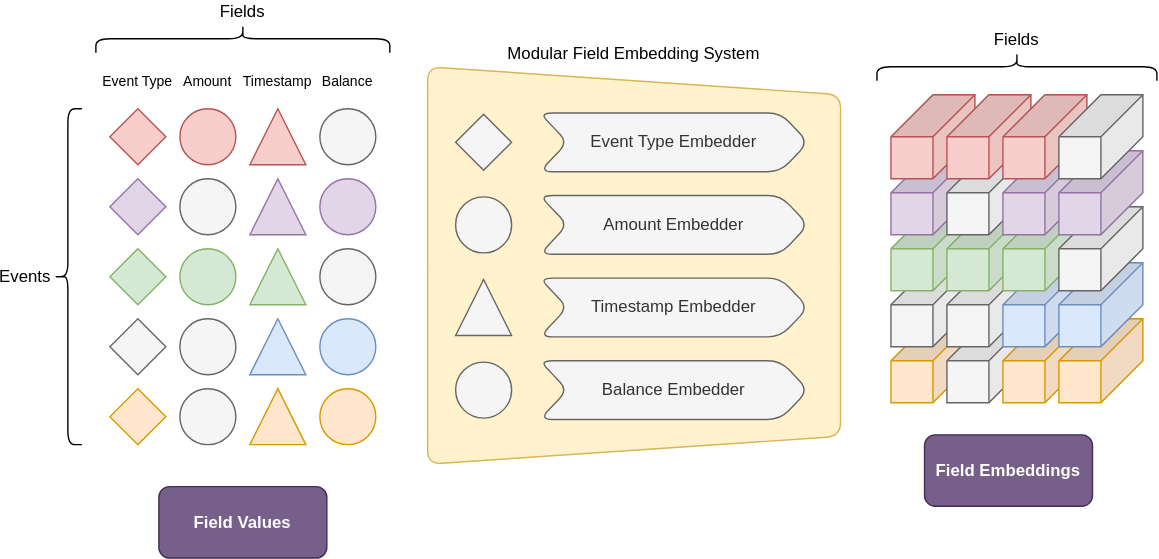
granthamtaylor/windmark keeps this draw.io diagram as docs/diagrams/mfes.drawio.svg. Above is the earlier version. Source tidied: cells renumbered, new cells last; positions are measured from the earlier drawing's top-left corner, leaving out a move shared by most shapes. Source of this version:
```xml
<mxGraphModel>
  <root>
    <mxCell id="0" />
    <mxCell id="1" parent="0" />
    <mxCell id="2" style="shape=cube;whiteSpace=wrap;html=1;boundedLbl=1;backgroundOutline=1;darkOpacity=0.05;darkOpacity2=0.1;rounded=1;rotation=90;size=30;fillColor=#ffe6cc;strokeColor=#d79b00;" parent="1" vertex="1">
      <mxGeometry x="598" y="210" width="60" height="60" as="geometry" />
    </mxCell>
    <mxCell id="3" style="shape=cube;whiteSpace=wrap;html=1;boundedLbl=1;backgroundOutline=1;darkOpacity=0.05;darkOpacity2=0.1;rounded=1;rotation=90;size=30;fillColor=#f5f5f5;strokeColor=#666666;fontColor=#333333;" parent="1" vertex="1">
      <mxGeometry x="638" y="210" width="60" height="60" as="geometry" />
    </mxCell>
    <mxCell id="4" style="shape=cube;whiteSpace=wrap;html=1;boundedLbl=1;backgroundOutline=1;darkOpacity=0.05;darkOpacity2=0.1;rounded=1;rotation=90;size=30;fillColor=#ffe6cc;strokeColor=#d79b00;" parent="1" vertex="1">
      <mxGeometry x="678" y="210" width="60" height="60" as="geometry" />
    </mxCell>
    <mxCell id="5" style="shape=cube;whiteSpace=wrap;html=1;boundedLbl=1;backgroundOutline=1;darkOpacity=0.05;darkOpacity2=0.1;rounded=1;rotation=90;size=30;fillColor=#ffe6cc;strokeColor=#d79b00;" parent="1" vertex="1">
      <mxGeometry x="718" y="210" width="60" height="60" as="geometry" />
    </mxCell>
    <mxCell id="6" style="shape=cube;whiteSpace=wrap;html=1;boundedLbl=1;backgroundOutline=1;darkOpacity=0.05;darkOpacity2=0.1;rounded=1;rotation=90;size=30;fillColor=#f5f5f5;strokeColor=#666666;fontColor=#333333;" parent="1" vertex="1">
      <mxGeometry x="598" y="170" width="60" height="60" as="geometry" />
    </mxCell>
    <mxCell id="7" style="shape=cube;whiteSpace=wrap;html=1;boundedLbl=1;backgroundOutline=1;darkOpacity=0.05;darkOpacity2=0.1;rounded=1;rotation=90;size=30;fillColor=#f5f5f5;strokeColor=#666666;fontColor=#333333;" parent="1" vertex="1">
      <mxGeometry x="638" y="170" width="60" height="60" as="geometry" />
    </mxCell>
    <mxCell id="8" style="shape=cube;whiteSpace=wrap;html=1;boundedLbl=1;backgroundOutline=1;darkOpacity=0.05;darkOpacity2=0.1;rounded=1;rotation=90;size=30;fillColor=#dae8fc;strokeColor=#6c8ebf;" parent="1" vertex="1">
      <mxGeometry x="678" y="170" width="60" height="60" as="geometry" />
    </mxCell>
    <mxCell id="9" style="shape=cube;whiteSpace=wrap;html=1;boundedLbl=1;backgroundOutline=1;darkOpacity=0.05;darkOpacity2=0.1;rounded=1;rotation=90;size=30;fillColor=#dae8fc;strokeColor=#6c8ebf;" parent="1" vertex="1">
      <mxGeometry x="718" y="170" width="60" height="60" as="geometry" />
    </mxCell>
    <mxCell id="10" style="shape=cube;whiteSpace=wrap;html=1;boundedLbl=1;backgroundOutline=1;darkOpacity=0.05;darkOpacity2=0.1;rounded=1;rotation=90;size=30;fillColor=#d5e8d4;strokeColor=#82b366;" parent="1" vertex="1">
      <mxGeometry x="598" y="130" width="60" height="60" as="geometry" />
    </mxCell>
    <mxCell id="11" style="shape=cube;whiteSpace=wrap;html=1;boundedLbl=1;backgroundOutline=1;darkOpacity=0.05;darkOpacity2=0.1;rounded=1;rotation=90;size=30;fillColor=#d5e8d4;strokeColor=#82b366;" parent="1" vertex="1">
      <mxGeometry x="638" y="130" width="60" height="60" as="geometry" />
    </mxCell>
    <mxCell id="12" style="shape=cube;whiteSpace=wrap;html=1;boundedLbl=1;backgroundOutline=1;darkOpacity=0.05;darkOpacity2=0.1;rounded=1;rotation=90;size=30;fillColor=#d5e8d4;strokeColor=#82b366;" parent="1" vertex="1">
      <mxGeometry x="678" y="130" width="60" height="60" as="geometry" />
    </mxCell>
    <mxCell id="13" style="shape=cube;whiteSpace=wrap;html=1;boundedLbl=1;backgroundOutline=1;darkOpacity=0.05;darkOpacity2=0.1;rounded=1;rotation=90;size=30;fillColor=#f5f5f5;strokeColor=#666666;fontColor=#333333;" parent="1" vertex="1">
      <mxGeometry x="718" y="130" width="60" height="60" as="geometry" />
    </mxCell>
    <mxCell id="14" style="shape=cube;whiteSpace=wrap;html=1;boundedLbl=1;backgroundOutline=1;darkOpacity=0.05;darkOpacity2=0.1;rounded=1;rotation=90;size=30;fillColor=#e1d5e7;strokeColor=#9673a6;" parent="1" vertex="1">
      <mxGeometry x="598" y="90" width="60" height="60" as="geometry" />
    </mxCell>
    <mxCell id="15" style="shape=cube;whiteSpace=wrap;html=1;boundedLbl=1;backgroundOutline=1;darkOpacity=0.05;darkOpacity2=0.1;rounded=1;rotation=90;size=30;fillColor=#f5f5f5;strokeColor=#666666;fontColor=#333333;" parent="1" vertex="1">
      <mxGeometry x="638" y="90" width="60" height="60" as="geometry" />
    </mxCell>
    <mxCell id="16" style="shape=cube;whiteSpace=wrap;html=1;boundedLbl=1;backgroundOutline=1;darkOpacity=0.05;darkOpacity2=0.1;rounded=1;rotation=90;size=30;fillColor=#e1d5e7;strokeColor=#9673a6;" parent="1" vertex="1">
      <mxGeometry x="678" y="90" width="60" height="60" as="geometry" />
    </mxCell>
    <mxCell id="17" style="shape=cube;whiteSpace=wrap;html=1;boundedLbl=1;backgroundOutline=1;darkOpacity=0.05;darkOpacity2=0.1;rounded=1;rotation=90;size=30;fillColor=#e1d5e7;strokeColor=#9673a6;" parent="1" vertex="1">
      <mxGeometry x="718" y="90" width="60" height="60" as="geometry" />
    </mxCell>
    <mxCell id="18" style="rhombus;whiteSpace=wrap;html=1;fillColor=#ffe6cc;strokeColor=#d79b00;" parent="1" vertex="1">
      <mxGeometry x="40" y="260" width="40" height="40" as="geometry" />
    </mxCell>
    <mxCell id="19" style="ellipse;whiteSpace=wrap;html=1;fillColor=#ffe6cc;strokeColor=#d79b00;" parent="1" vertex="1">
      <mxGeometry x="190" y="260" width="40" height="40" as="geometry" />
    </mxCell>
    <mxCell id="20" style="triangle;whiteSpace=wrap;html=1;rotation=-90;fillColor=#ffe6cc;strokeColor=#d79b00;" parent="1" vertex="1">
      <mxGeometry x="140" y="260" width="40" height="40" as="geometry" />
    </mxCell>
    <mxCell id="21" style="ellipse;whiteSpace=wrap;html=1;fillColor=#f5f5f5;strokeColor=#666666;fontColor=#333333;" parent="1" vertex="1">
      <mxGeometry x="90" y="260" width="40" height="40" as="geometry" />
    </mxCell>
    <mxCell id="22" value="Modular Field Embedding System" style="shape=trapezoid;perimeter=trapezoidPerimeter;whiteSpace=wrap;html=1;fixedSize=1;rounded=1;flipH=0;flipV=1;fillColor=#fff2cc;strokeColor=#d6b656;rotation=0;direction=south;labelPosition=center;verticalLabelPosition=top;align=center;verticalAlign=bottom;" parent="1" vertex="1">
      <mxGeometry x="267" y="30" width="295" height="284" as="geometry" />
    </mxCell>
    <mxCell id="23" style="rhombus;whiteSpace=wrap;html=1;fillColor=#f5f5f5;strokeColor=#666666;fontColor=#333333;" parent="1" vertex="1">
      <mxGeometry x="40" y="210" width="40" height="40" as="geometry" />
    </mxCell>
    <mxCell id="24" style="ellipse;whiteSpace=wrap;html=1;fillColor=#dae8fc;strokeColor=#6c8ebf;" parent="1" vertex="1">
      <mxGeometry x="190" y="210" width="40" height="40" as="geometry" />
    </mxCell>
    <mxCell id="25" style="triangle;whiteSpace=wrap;html=1;rotation=-90;fillColor=#dae8fc;strokeColor=#6c8ebf;" parent="1" vertex="1">
      <mxGeometry x="140" y="210" width="40" height="40" as="geometry" />
    </mxCell>
    <mxCell id="26" style="ellipse;whiteSpace=wrap;html=1;fillColor=#f5f5f5;strokeColor=#666666;fontColor=#333333;" parent="1" vertex="1">
      <mxGeometry x="90" y="210" width="40" height="40" as="geometry" />
    </mxCell>
    <mxCell id="27" style="rhombus;whiteSpace=wrap;html=1;fillColor=#d5e8d4;strokeColor=#82b366;" parent="1" vertex="1">
      <mxGeometry x="40" y="160" width="40" height="40" as="geometry" />
    </mxCell>
    <mxCell id="28" style="ellipse;whiteSpace=wrap;html=1;fillColor=#f5f5f5;strokeColor=#666666;fontColor=#333333;" parent="1" vertex="1">
      <mxGeometry x="190" y="160" width="40" height="40" as="geometry" />
    </mxCell>
    <mxCell id="29" style="triangle;whiteSpace=wrap;html=1;rotation=-90;fillColor=#d5e8d4;strokeColor=#82b366;" parent="1" vertex="1">
      <mxGeometry x="140" y="160" width="40" height="40" as="geometry" />
    </mxCell>
    <mxCell id="30" style="ellipse;whiteSpace=wrap;html=1;fillColor=#d5e8d4;strokeColor=#82b366;" parent="1" vertex="1">
      <mxGeometry x="90" y="160" width="40" height="40" as="geometry" />
    </mxCell>
    <mxCell id="31" style="rhombus;whiteSpace=wrap;html=1;fillColor=#e1d5e7;strokeColor=#9673a6;" parent="1" vertex="1">
      <mxGeometry x="40" y="110" width="40" height="40" as="geometry" />
    </mxCell>
    <mxCell id="32" style="ellipse;whiteSpace=wrap;html=1;fillColor=#e1d5e7;strokeColor=#9673a6;" parent="1" vertex="1">
      <mxGeometry x="190" y="110" width="40" height="40" as="geometry" />
    </mxCell>
    <mxCell id="33" style="triangle;whiteSpace=wrap;html=1;rotation=-90;fillColor=#e1d5e7;strokeColor=#9673a6;" parent="1" vertex="1">
      <mxGeometry x="140" y="110" width="40" height="40" as="geometry" />
    </mxCell>
    <mxCell id="34" style="ellipse;whiteSpace=wrap;html=1;fillColor=#f5f5f5;strokeColor=#666666;fontColor=#333333;" parent="1" vertex="1">
      <mxGeometry x="90" y="110" width="40" height="40" as="geometry" />
    </mxCell>
    <mxCell id="35" style="rhombus;whiteSpace=wrap;html=1;fillColor=#f8cecc;strokeColor=#b85450;" parent="1" vertex="1">
      <mxGeometry x="40" y="60" width="40" height="40" as="geometry" />
    </mxCell>
    <mxCell id="36" style="ellipse;whiteSpace=wrap;html=1;fillColor=#f5f5f5;strokeColor=#666666;fontColor=#333333;" parent="1" vertex="1">
      <mxGeometry x="190" y="60" width="40" height="40" as="geometry" />
    </mxCell>
    <mxCell id="37" style="triangle;whiteSpace=wrap;html=1;rotation=-90;fillColor=#f8cecc;strokeColor=#b85450;" parent="1" vertex="1">
      <mxGeometry x="140" y="60" width="40" height="40" as="geometry" />
    </mxCell>
    <mxCell id="38" style="ellipse;whiteSpace=wrap;html=1;fillColor=#f8cecc;strokeColor=#b85450;" parent="1" vertex="1">
      <mxGeometry x="90" y="60" width="40" height="40" as="geometry" />
    </mxCell>
    <mxCell id="39" style="shape=cube;whiteSpace=wrap;html=1;boundedLbl=1;backgroundOutline=1;darkOpacity=0.05;darkOpacity2=0.1;rounded=1;rotation=90;size=30;fillColor=#f8cecc;strokeColor=#b85450;" parent="1" vertex="1">
      <mxGeometry x="598" y="50" width="60" height="60" as="geometry" />
    </mxCell>
    <mxCell id="40" style="shape=cube;whiteSpace=wrap;html=1;boundedLbl=1;backgroundOutline=1;darkOpacity=0.05;darkOpacity2=0.1;rounded=1;rotation=90;size=30;fillColor=#f8cecc;strokeColor=#b85450;" parent="1" vertex="1">
      <mxGeometry x="638" y="50" width="60" height="60" as="geometry" />
    </mxCell>
    <mxCell id="41" style="shape=cube;whiteSpace=wrap;html=1;boundedLbl=1;backgroundOutline=1;darkOpacity=0.05;darkOpacity2=0.1;rounded=1;rotation=90;size=30;fillColor=#f8cecc;strokeColor=#b85450;" parent="1" vertex="1">
      <mxGeometry x="678" y="50" width="60" height="60" as="geometry" />
    </mxCell>
    <mxCell id="42" style="shape=cube;whiteSpace=wrap;html=1;boundedLbl=1;backgroundOutline=1;darkOpacity=0.05;darkOpacity2=0.1;rounded=1;rotation=90;size=30;fillColor=#f5f5f5;strokeColor=#666666;fontColor=#333333;" parent="1" vertex="1">
      <mxGeometry x="718" y="50" width="60" height="60" as="geometry" />
    </mxCell>
    <mxCell id="43" value="Events" style="shape=curlyBracket;whiteSpace=wrap;html=1;rounded=1;flipH=0;labelPosition=left;verticalLabelPosition=middle;align=right;verticalAlign=middle;" parent="1" vertex="1">
      <mxGeometry y="60" width="20" height="240" as="geometry" />
    </mxCell>
    <mxCell id="44" value="Fields" style="shape=curlyBracket;whiteSpace=wrap;html=1;rounded=1;flipH=1;labelPosition=center;verticalLabelPosition=top;align=center;verticalAlign=bottom;direction=south;" parent="1" vertex="1">
      <mxGeometry x="30" width="210" height="20" as="geometry" />
    </mxCell>
    <mxCell id="45" value="Event Type" style="text;strokeColor=none;align=center;fillColor=none;html=1;verticalAlign=middle;whiteSpace=wrap;rounded=0;rotation=0;fontSize=10;" parent="1" vertex="1">
      <mxGeometry x="25" y="30" width="70" height="20" as="geometry" />
    </mxCell>
    <mxCell id="46" value="Amount" style="text;strokeColor=none;align=center;fillColor=none;html=1;verticalAlign=middle;whiteSpace=wrap;rounded=0;rotation=0;fontSize=10;" parent="1" vertex="1">
      <mxGeometry x="75" y="30" width="70" height="20" as="geometry" />
    </mxCell>
    <mxCell id="47" value="Timestamp" style="text;strokeColor=none;align=center;fillColor=none;html=1;verticalAlign=middle;whiteSpace=wrap;rounded=0;rotation=0;fontSize=10;" parent="1" vertex="1">
      <mxGeometry x="125" y="30" width="70" height="20" as="geometry" />
    </mxCell>
    <mxCell id="48" value="Balance" style="text;strokeColor=none;align=center;fillColor=none;html=1;verticalAlign=middle;whiteSpace=wrap;rounded=0;rotation=0;fontSize=10;" parent="1" vertex="1">
      <mxGeometry x="175" y="30" width="70" height="20" as="geometry" />
    </mxCell>
    <mxCell id="49" value="Fields" style="shape=curlyBracket;whiteSpace=wrap;html=1;rounded=1;flipH=1;labelPosition=center;verticalLabelPosition=top;align=center;verticalAlign=bottom;direction=south;" parent="1" vertex="1">
      <mxGeometry x="588" y="20" width="200" height="20" as="geometry" />
    </mxCell>
    <mxCell id="50" value="Field Embeddings" style="whiteSpace=wrap;html=1;fontStyle=1;rounded=1;fillColor=#76608a;fontColor=#ffffff;strokeColor=#432D57;" parent="1" vertex="1">
      <mxGeometry x="622" y="293" width="120" height="51" as="geometry" />
    </mxCell>
    <mxCell id="51" value="Field Values" style="whiteSpace=wrap;html=1;fontStyle=1;rounded=1;fillColor=#76608a;fontColor=#ffffff;strokeColor=#432D57;" parent="1" vertex="1">
      <mxGeometry x="75" y="330" width="120" height="51" as="geometry" />
    </mxCell>
    <mxCell id="52" style="rhombus;whiteSpace=wrap;html=1;fillColor=#f5f5f5;strokeColor=#666666;fontColor=#333333;" parent="1" vertex="1">
      <mxGeometry x="287" y="64" width="40" height="40" as="geometry" />
    </mxCell>
    <mxCell id="53" style="ellipse;whiteSpace=wrap;html=1;fillColor=#f5f5f5;strokeColor=#666666;fontColor=#333333;" parent="1" vertex="1">
      <mxGeometry x="287" y="241" width="40" height="40" as="geometry" />
    </mxCell>
    <mxCell id="54" style="triangle;whiteSpace=wrap;html=1;rotation=-90;fillColor=#f5f5f5;strokeColor=#666666;fontColor=#333333;" parent="1" vertex="1">
      <mxGeometry x="287" y="182" width="40" height="40" as="geometry" />
    </mxCell>
    <mxCell id="55" style="ellipse;whiteSpace=wrap;html=1;fillColor=#f5f5f5;strokeColor=#666666;fontColor=#333333;" parent="1" vertex="1">
      <mxGeometry x="287" y="123" width="40" height="40" as="geometry" />
    </mxCell>
    <mxCell id="56" value="Event Type Embedder" style="shape=step;perimeter=stepPerimeter;whiteSpace=wrap;html=1;fixedSize=1;strokeWidth=1;fillColor=#f5f5f5;strokeColor=#666666;rounded=1;arcSize=18;fontColor=#333333;" parent="1" vertex="1">
      <mxGeometry x="347" y="63" width="192" height="42" as="geometry" />
    </mxCell>
    <mxCell id="57" value="Amount Embedder" style="shape=step;perimeter=stepPerimeter;whiteSpace=wrap;html=1;fixedSize=1;strokeWidth=1;fillColor=#f5f5f5;strokeColor=#666666;rounded=1;arcSize=18;fontColor=#333333;" parent="1" vertex="1">
      <mxGeometry x="347" y="122" width="192" height="42" as="geometry" />
    </mxCell>
    <mxCell id="58" value="Timestamp Embedder" style="shape=step;perimeter=stepPerimeter;whiteSpace=wrap;html=1;fixedSize=1;strokeWidth=1;fillColor=#f5f5f5;strokeColor=#666666;rounded=1;arcSize=18;fontColor=#333333;" parent="1" vertex="1">
      <mxGeometry x="347" y="181" width="192" height="42" as="geometry" />
    </mxCell>
    <mxCell id="59" value="Balance Embedder" style="shape=step;perimeter=stepPerimeter;whiteSpace=wrap;html=1;fixedSize=1;strokeWidth=1;fillColor=#f5f5f5;strokeColor=#666666;rounded=1;arcSize=18;fontColor=#333333;" parent="1" vertex="1">
      <mxGeometry x="347" y="240" width="192" height="42" as="geometry" />
    </mxCell>
  </root>
</mxGraphModel>
```
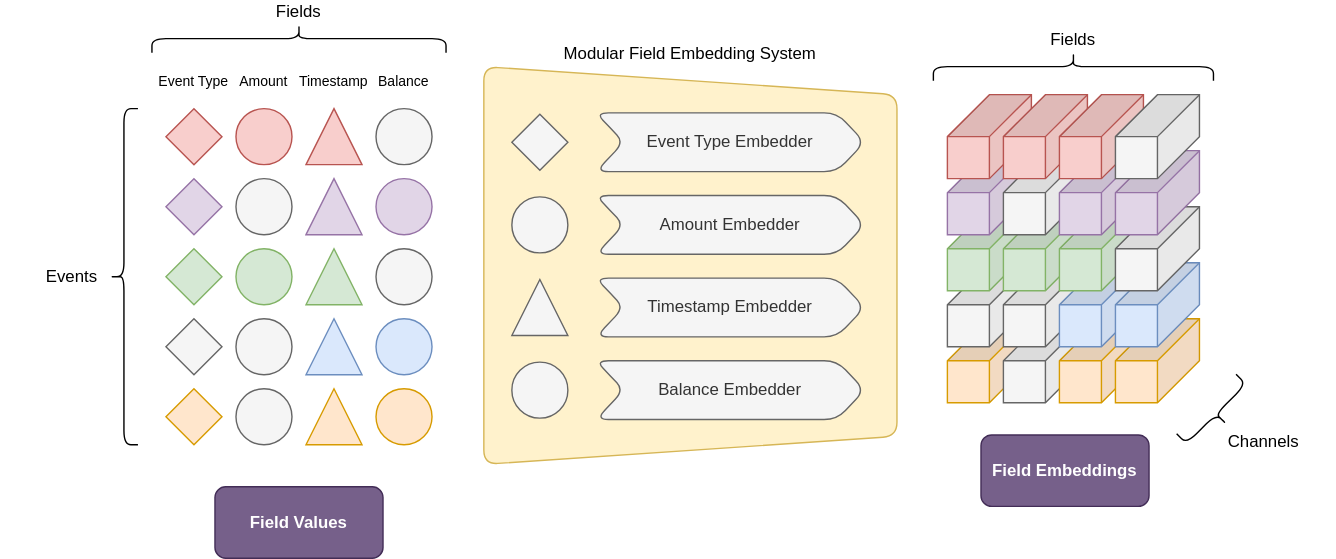
The same file after the commit.

The edit, as a diff of the source:
```diff
@@ -125,7 +125,7 @@
     <mxCell id="42" style="shape=cube;whiteSpace=wrap;html=1;boundedLbl=1;backgroundOutline=1;darkOpacity=0.05;darkOpacity2=0.1;rounded=1;rotation=90;size=30;fillColor=#f5f5f5;strokeColor=#666666;fontColor=#333333;" parent="1" vertex="1">
       <mxGeometry x="718" y="50" width="60" height="60" as="geometry" />
     </mxCell>
-    <mxCell id="43" value="Events" style="shape=curlyBracket;whiteSpace=wrap;html=1;rounded=1;flipH=0;labelPosition=left;verticalLabelPosition=middle;align=right;verticalAlign=middle;" parent="1" vertex="1">
+    <mxCell id="43" style="shape=curlyBracket;whiteSpace=wrap;html=1;rounded=1;flipH=0;labelPosition=left;verticalLabelPosition=middle;align=right;verticalAlign=middle;" parent="1" vertex="1">
       <mxGeometry y="60" width="20" height="240" as="geometry" />
     </mxCell>
     <mxCell id="44" value="Fields" style="shape=curlyBracket;whiteSpace=wrap;html=1;rounded=1;flipH=1;labelPosition=center;verticalLabelPosition=top;align=center;verticalAlign=bottom;direction=south;" parent="1" vertex="1">
@@ -176,5 +176,14 @@
     <mxCell id="59" value="Balance Embedder" style="shape=step;perimeter=stepPerimeter;whiteSpace=wrap;html=1;fixedSize=1;strokeWidth=1;fillColor=#f5f5f5;strokeColor=#666666;rounded=1;arcSize=18;fontColor=#333333;" parent="1" vertex="1">
       <mxGeometry x="347" y="240" width="192" height="42" as="geometry" />
     </mxCell>
+    <mxCell id="60" style="shape=curlyBracket;whiteSpace=wrap;html=1;rounded=1;flipH=0;labelPosition=right;verticalLabelPosition=middle;align=left;verticalAlign=middle;direction=west;rotation=45;" parent="1" vertex="1">
+      <mxGeometry x="780" y="248" width="20" height="60" as="geometry" />
+    </mxCell>
+    <mxCell id="61" value="Events" style="text;strokeColor=none;align=center;fillColor=none;html=1;verticalAlign=middle;whiteSpace=wrap;rounded=0;rotation=0;fontSize=12;" parent="1" vertex="1">
+      <mxGeometry x="-78" y="170" width="102" height="20" as="geometry" />
+    </mxCell>
+    <mxCell id="62" value="Channels" style="text;strokeColor=none;align=center;fillColor=none;html=1;verticalAlign=middle;whiteSpace=wrap;rounded=0;rotation=0;fontSize=12;" parent="1" vertex="1">
+      <mxGeometry x="773" y="288" width="102" height="20" as="geometry" />
+    </mxCell>
   </root>
 </mxGraphModel>
```
